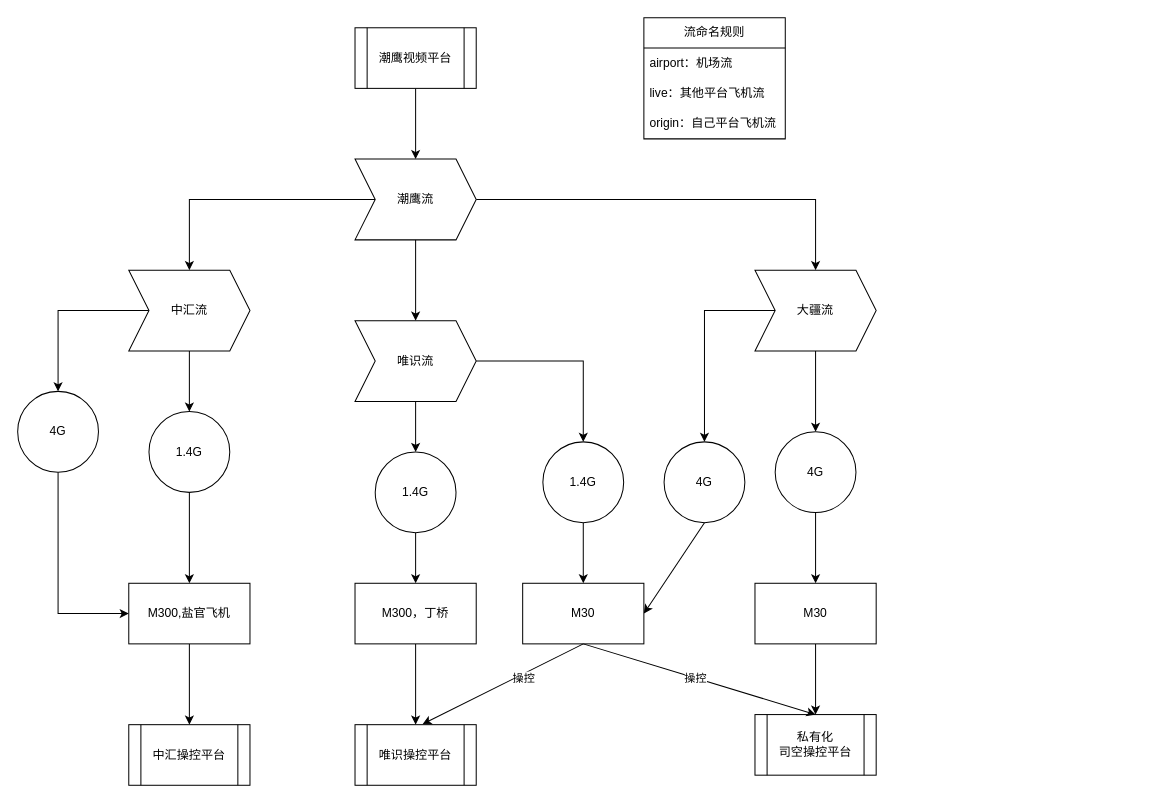
The draw.io diagram GuanChao-2024/test.drawio in HappySY/drawio, before the edit. Source tidied: cells renumbered, new cells numbered last; positions are measured from the earlier drawing's top-left corner, leaving out a move shared by most shapes. Both pictures are drawn from the tidied source at 101%, with x=0, y=0 at pixel (17, 17).
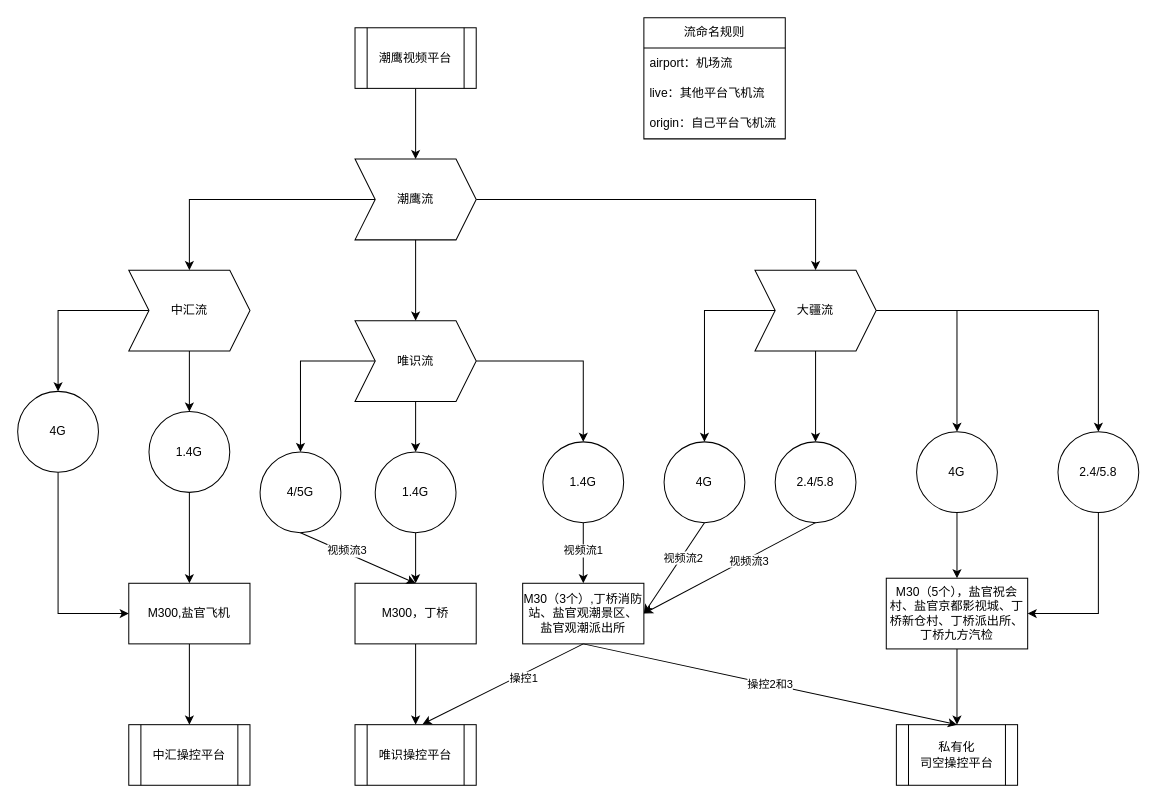
The same page after the edit.

Unchanged cells that the change refers to:
```xml
<mxCell id="13" value="唯识流" style="shape=step;perimeter=stepPerimeter;whiteSpace=wrap;html=1;fixedSize=1;" parent="1" vertex="1">
  <mxGeometry x="334" y="300" width="120" height="80" as="geometry" />
</mxCell>
<mxCell id="16" value="大疆流" style="shape=step;perimeter=stepPerimeter;whiteSpace=wrap;html=1;fixedSize=1;" parent="1" vertex="1">
  <mxGeometry x="730" y="250" width="120" height="80" as="geometry" />
</mxCell>
<mxCell id="30" value="M300，丁桥" style="whiteSpace=wrap;html=1;" parent="1" vertex="1">
  <mxGeometry x="334" y="560" width="120" height="60" as="geometry" />
</mxCell>
<mxCell id="33" style="edgeStyle=orthogonalEdgeStyle;rounded=0;jettySize=auto;html=1;" parent="1" edge="1" source="34" target="35">
  <mxGeometry relative="1" as="geometry" />
</mxCell>
<mxCell id="36" style="endArrow=classic;html=1;rounded=0;entryX=0.557;entryY=-0.008;entryDx=0;entryDy=0;entryPerimeter=0;exitX=0.5;exitY=1;exitDx=0;exitDy=0;" parent="1" edge="1" source="35" target="31">
  <mxGeometry relative="1" as="geometry" />
</mxCell>
<mxCell id="39" style="endArrow=classic;html=1;rounded=0;entryX=1;entryY=0.5;entryDx=0;entryDy=0;" parent="1" edge="1" target="35">
  <mxGeometry relative="1" as="geometry">
    <mxPoint x="680" y="500" as="sourcePoint" />
  </mxGeometry>
</mxCell>
```

The edit, as a diff of the source:
```diff
@@
+    <mxCell id="47" style="edgeStyle=orthogonalEdgeStyle;rounded=0;jettySize=auto;html=1;" parent="1" edge="1" source="16" target="51">
+      <mxGeometry relative="1" as="geometry" />
+    </mxCell>
+    <mxCell id="48" style="edgeStyle=orthogonalEdgeStyle;rounded=0;jettySize=auto;html=1;" parent="1" edge="1" source="16" target="55">
+      <mxGeometry relative="1" as="geometry" />
+    </mxCell>
@@
+    <mxCell id="49" value="视频流1" style="edgeLabel;html=1;align=center;verticalAlign=middle;" parent="33" vertex="1">
+      <mxGeometry x="-0.1" y="-1" relative="1" as="geometry" />
+    </mxCell>
@@
-    <mxCell id="35" value="M30" style="whiteSpace=wrap;html=1;" parent="1" vertex="1">
+    <mxCell id="35" value="M30（3个）,丁桥消防站、盐官观潮景区、盐官观潮派出所" style="whiteSpace=wrap;html=1;" parent="1" vertex="1">
       <mxGeometry x="500" y="560" width="120" height="60" as="geometry" />
     </mxCell>
@@
-    <mxCell id="37" value="操控" style="edgeLabel;html=1;align=center;verticalAlign=middle;" parent="36" vertex="1">
+    <mxCell id="37" value="操控1" style="edgeLabel;html=1;align=center;verticalAlign=middle;" parent="36" vertex="1">
       <mxGeometry x="-0.23" y="3" relative="1" as="geometry" />
     </mxCell>
@@
+    <mxCell id="50" value="视频流2" style="edgeLabel;html=1;align=center;verticalAlign=middle;" parent="39" vertex="1">
+      <mxGeometry x="-0.24" y="1" relative="1" as="geometry" />
+    </mxCell>
     <mxCell id="40" value="私有化&lt;br&gt;司空操控平台" style="shape=process;whiteSpace=wrap;html=1;backgroundOutline=1;" parent="1" vertex="1">
-      <mxGeometry x="730" y="690" width="120" height="60" as="geometry" />
+      <mxGeometry x="870" y="700" width="120" height="60" as="geometry" />
     </mxCell>
-    <mxCell id="41" value="M30" style="whiteSpace=wrap;html=1;" parent="1" vertex="1">
-      <mxGeometry x="730" y="560" width="120" height="60" as="geometry" />
+    <mxCell id="41" value="M30（5个），盐官祝会村、盐官京都影视城、丁桥新仓村、丁桥派出所、丁桥九方汽检" style="whiteSpace=wrap;html=1;" parent="1" vertex="1">
+      <mxGeometry x="860" y="555" width="140" height="70" as="geometry" />
     </mxCell>
@@
-    <mxCell id="44" style="endArrow=classic;html=1;rounded=0;entryX=0.5;entryY=0;entryDx=0;entryDy=0;exitX=0.5;exitY=1;exitDx=0;exitDy=0;" parent="1" edge="1" source="35" target="40">
+    <mxCell id="44" value="操控2和3" style="endArrow=classic;html=1;rounded=0;entryX=0.5;entryY=0;entryDx=0;entryDy=0;exitX=0.5;exitY=1;exitDx=0;exitDy=0;" parent="1" edge="1" source="35" target="40">
       <mxGeometry relative="1" as="geometry" />
     </mxCell>
-    <mxCell id="45" value="操控" style="edgeLabel;html=1;align=center;verticalAlign=middle;" parent="44" vertex="1">
-      <mxGeometry x="-0.04" relative="1" as="geometry" />
-    </mxCell>
     <mxCell id="46" value="4G" style="ellipse;whiteSpace=wrap;html=1;" parent="1" vertex="1">
-      <mxGeometry x="750" y="410" width="80" height="80" as="geometry" />
+      <mxGeometry x="890" y="410" width="80" height="80" as="geometry" />
     </mxCell>
+    <mxCell id="51" value="2.4/5.8" style="ellipse;whiteSpace=wrap;html=1;" parent="1" vertex="1">
+      <mxGeometry x="750" y="420" width="80" height="80" as="geometry" />
+    </mxCell>
+    <mxCell id="52" style="endArrow=classic;html=1;rounded=0;exitX=0.5;exitY=1;exitDx=0;exitDy=0;entryX=1;entryY=0.5;entryDx=0;entryDy=0;" parent="1" edge="1" source="51" target="35">
+      <mxGeometry relative="1" as="geometry" />
+    </mxCell>
+    <mxCell id="53" value="视频流3" style="edgeLabel;html=1;align=center;verticalAlign=middle;" parent="52" vertex="1">
+      <mxGeometry x="-0.21" y="2" relative="1" as="geometry" />
+    </mxCell>
+    <mxCell id="54" style="edgeStyle=orthogonalEdgeStyle;rounded=0;jettySize=auto;html=1;entryX=1;entryY=0.5;entryDx=0;entryDy=0;exitX=0.5;exitY=1;exitDx=0;exitDy=0;" parent="1" edge="1" source="55" target="41">
+      <mxGeometry relative="1" as="geometry" />
+    </mxCell>
+    <mxCell id="55" value="2.4/5.8" style="ellipse;whiteSpace=wrap;html=1;" parent="1" vertex="1">
+      <mxGeometry x="1030" y="410" width="80" height="80" as="geometry" />
+    </mxCell>
+    <mxCell id="56" value="4/5G" style="ellipse;whiteSpace=wrap;html=1;" parent="1" vertex="1">
+      <mxGeometry x="240" y="430" width="80" height="80" as="geometry" />
+    </mxCell>
+    <mxCell id="57" style="edgeStyle=orthogonalEdgeStyle;rounded=0;jettySize=auto;html=1;" parent="1" edge="1" source="13" target="56">
+      <mxGeometry relative="1" as="geometry" />
+    </mxCell>
+    <mxCell id="58" style="endArrow=classic;html=1;rounded=0;exitX=0.5;exitY=1;exitDx=0;exitDy=0;entryX=0.5;entryY=0;entryDx=0;entryDy=0;" parent="1" edge="1" source="56" target="30">
+      <mxGeometry relative="1" as="geometry" />
+    </mxCell>
+    <mxCell id="59" value="视频流3" style="edgeLabel;html=1;align=center;verticalAlign=middle;" parent="58" vertex="1">
+      <mxGeometry x="-0.21" y="2" relative="1" as="geometry" />
+    </mxCell>
```
